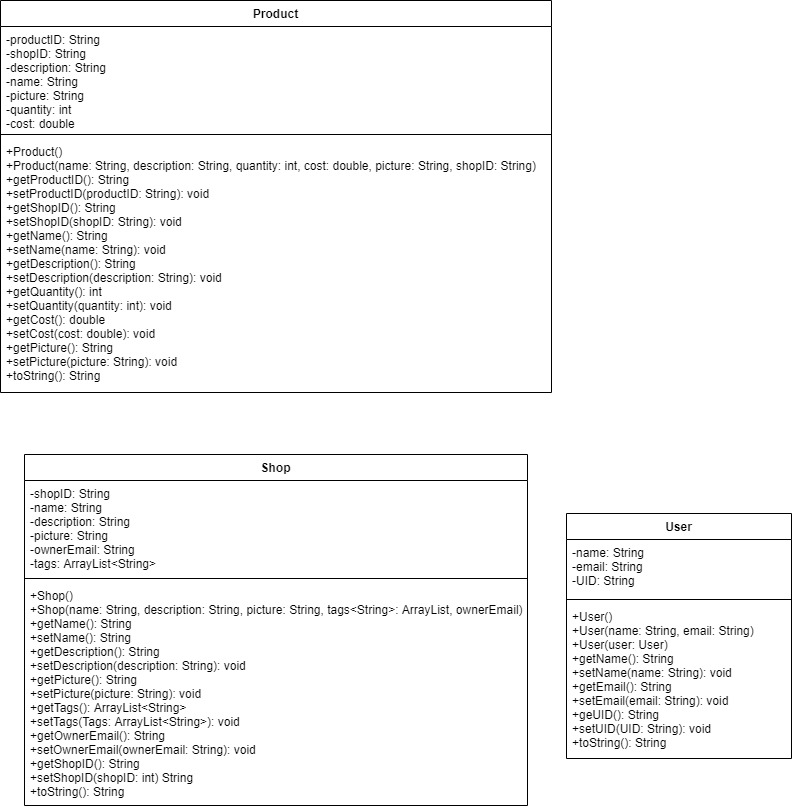
This is documentation/MiniShopify-UML.png from shoaibkhan17/MiniShopify, a draw.io export, as it was before one commit. Source tidied: cells renumbered, new cells last; positions are measured from the earlier drawing's top-left corner, leaving out a move shared by most shapes.
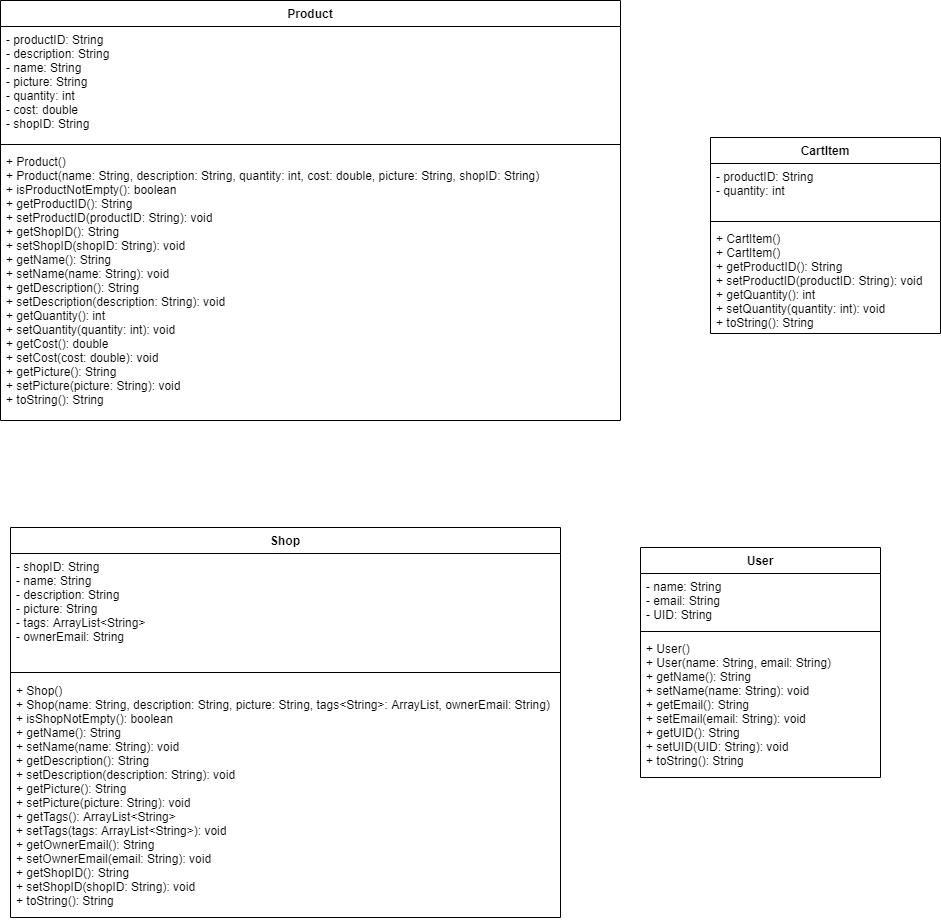
Later version of the same file.

Commit message:
Updated UML class diagram to reflect Milestone 3

Diff of the diagram source:
```diff
@@ -1,42 +1,54 @@
 <mxGraphModel>
   <root>
-    <mxCell id="0" />
-    <mxCell id="1" parent="0" />
+    <mxCell id="14" />
+    <mxCell id="15" parent="14" />
-    <mxCell id="2" value="Product" style="swimlane;fontStyle=1;align=center;verticalAlign=top;horizontal=1;startSize=26;" parent="1" vertex="1">
-      <mxGeometry width="551" height="392" as="geometry" />
+    <mxCell id="2" value="Product" style="swimlane;fontStyle=1;align=center;verticalAlign=top;horizontal=1;startSize=26;" parent="15" vertex="1">
+      <mxGeometry x="-3" y="45" width="620" height="420" as="geometry" />
     </mxCell>
-    <mxCell id="3" value="-productID: String&#10;-shopID: String&#10;-description: String&#10;-name: String&#10;-picture: String&#10;-quantity: int&#10;-cost: double" style="text;strokeColor=none;fillColor=none;align=left;verticalAlign=top;spacingLeft=4;spacingRight=4;overflow=hidden;" parent="2" vertex="1">
-      <mxGeometry y="26" width="551" height="104" as="geometry" />
-    </mxCell>
-    <mxCell id="4" style="line;strokeWidth=1;fillColor=none;align=left;verticalAlign=middle;spacingTop=-1;spacingLeft=3;spacingRight=3;labelPosition=right;" parent="2" vertex="1">
-      <mxGeometry y="130" width="551" height="8" as="geometry" />
-    </mxCell>
-    <mxCell id="5" value="+Product()&#10;+Product(name: String, description: String, quantity: int, cost: double, picture: String, shopID: String)&#10;+getProductID(): String&#10;+setProductID(productID: String): void&#10;+getShopID(): String&#10;+setShopID(shopID: String): void&#10;+getName(): String&#10;+setName(name: String): void&#10;+getDescription(): String&#10;+setDescription(description: String): void&#10;+getQuantity(): int&#10;+setQuantity(quantity: int): void&#10;+getCost(): double&#10;+setCost(cost: double): void&#10;+getPicture(): String&#10;+setPicture(picture: String): void&#10;+toString(): String" style="text;strokeColor=none;fillColor=none;align=left;verticalAlign=top;spacingLeft=4;spacingRight=4;overflow=hidden;" parent="2" vertex="1">
-      <mxGeometry y="138" width="551" height="254" as="geometry" />
-    </mxCell>
+    <mxCell id="16" value="- productID: String&#10;- description: String&#10;- name: String&#10;- picture: String&#10;- quantity: int&#10;- cost: double&#10;- shopID: String&#10;" style="text;strokeColor=none;fillColor=none;align=left;verticalAlign=top;spacingLeft=4;spacingRight=4;overflow=hidden;" parent="2" vertex="1">
+      <mxGeometry y="26" width="620" height="114" as="geometry" />
+    </mxCell>
+    <mxCell id="17" style="line;strokeWidth=1;fillColor=none;align=left;verticalAlign=middle;spacingTop=-1;spacingLeft=3;spacingRight=3;labelPosition=right;" parent="2" vertex="1">
+      <mxGeometry y="140" width="620" height="8" as="geometry" />
+    </mxCell>
+    <mxCell id="18" value="+ Product()&#10;+ Product(name: String, description: String, quantity: int, cost: double, picture: String, shopID: String)&#10;+ isProductNotEmpty(): boolean&#10;+ getProductID(): String&#10;+ setProductID(productID: String): void&#10;+ getShopID(): String&#10;+ setShopID(shopID: String): void &#10;+ getName(): String&#10;+ setName(name: String): void &#10;+ getDescription(): String&#10;+ setDescription(description: String): void &#10;+ getQuantity(): int&#10;+ setQuantity(quantity: int): void&#10;+ getCost(): double&#10;+ setCost(cost: double): void&#10;+ getPicture(): String&#10;+ setPicture(picture: String): void &#10;+ toString(): String&#10;&#10;&#10;&#10;" style="text;strokeColor=none;fillColor=none;align=left;verticalAlign=top;spacingLeft=4;spacingRight=4;overflow=hidden;" parent="2" vertex="1">
+      <mxGeometry y="148" width="620" height="272" as="geometry" />
+    </mxCell>
+    <mxCell id="19" value="CartItem" style="swimlane;fontStyle=1;align=center;verticalAlign=top;horizontal=1;startSize=26;" parent="15" vertex="1">
+      <mxGeometry x="707" y="182" width="230" height="196" as="geometry" />
+    </mxCell>
+    <mxCell id="20" value="- productID: String&#10;- quantity: int&#10;" style="text;strokeColor=none;fillColor=none;align=left;verticalAlign=top;spacingLeft=4;spacingRight=4;overflow=hidden;" parent="19" vertex="1">
+      <mxGeometry y="26" width="230" height="54" as="geometry" />
+    </mxCell>
+    <mxCell id="21" style="line;strokeWidth=1;fillColor=none;align=left;verticalAlign=middle;spacingTop=-1;spacingLeft=3;spacingRight=3;labelPosition=right;" parent="19" vertex="1">
+      <mxGeometry y="80" width="230" height="8" as="geometry" />
+    </mxCell>
+    <mxCell id="22" value="+ CartItem()&#10;+ CartItem()&#10;+ getProductID(): String&#10;+ setProductID(productID: String): void&#10;+ getQuantity(): int&#10;+ setQuantity(quantity: int): void&#10;+ toString(): String&#10;&#10;" style="text;strokeColor=none;fillColor=none;align=left;verticalAlign=top;spacingLeft=4;spacingRight=4;overflow=hidden;" parent="19" vertex="1">
+      <mxGeometry y="88" width="230" height="108" as="geometry" />
+    </mxCell>
+    <mxCell id="10" value="User" style="swimlane;fontStyle=1;align=center;verticalAlign=top;horizontal=1;startSize=26;" parent="15" vertex="1">
+      <mxGeometry x="637" y="592" width="240" height="230" as="geometry" />
+    </mxCell>
+    <mxCell id="23" value="- name: String&#10;- email: String&#10;- UID: String" style="text;strokeColor=none;fillColor=none;align=left;verticalAlign=top;spacingLeft=4;spacingRight=4;overflow=hidden;" parent="10" vertex="1">
+      <mxGeometry y="26" width="240" height="54" as="geometry" />
+    </mxCell>
+    <mxCell id="24" style="line;strokeWidth=1;fillColor=none;align=left;verticalAlign=middle;spacingTop=-1;spacingLeft=3;spacingRight=3;labelPosition=right;" parent="10" vertex="1">
+      <mxGeometry y="80" width="240" height="8" as="geometry" />
+    </mxCell>
+    <mxCell id="25" value="+ User()&#10;+ User(name: String, email: String)&#10;+ getName(): String&#10;+ setName(name: String): void &#10;+ getEmail(): String&#10;+ setEmail(email: String): void &#10;+ getUID(): String&#10;+ setUID(UID: String): void &#10;+ toString(): String&#10;&#10;" style="text;strokeColor=none;fillColor=none;align=left;verticalAlign=top;spacingLeft=4;spacingRight=4;overflow=hidden;" parent="10" vertex="1">
+      <mxGeometry y="88" width="240" height="142" as="geometry" />
+    </mxCell>
-    <mxCell id="6" value="Shop" style="swimlane;fontStyle=1;align=center;verticalAlign=top;horizontal=1;startSize=26;" parent="1" vertex="1">
-      <mxGeometry x="24" y="454" width="503" height="351" as="geometry" />
+    <mxCell id="6" value="Shop" style="swimlane;fontStyle=1;align=center;verticalAlign=top;horizontal=1;startSize=26;" parent="15" vertex="1">
+      <mxGeometry x="7" y="572" width="550" height="390" as="geometry" />
     </mxCell>
-    <mxCell id="7" value="-shopID: String&#10;-name: String&#10;-description: String&#10;-picture: String&#10;-ownerEmail: String &#10;-tags: ArrayList&lt;String&gt;" style="text;strokeColor=none;fillColor=none;align=left;verticalAlign=top;spacingLeft=4;spacingRight=4;overflow=hidden;" parent="6" vertex="1">
-      <mxGeometry y="26" width="503" height="94" as="geometry" />
-    </mxCell>
-    <mxCell id="8" style="line;strokeWidth=1;fillColor=none;align=left;verticalAlign=middle;spacingTop=-1;spacingLeft=3;spacingRight=3;labelPosition=right;" parent="6" vertex="1">
-      <mxGeometry y="120" width="503" height="8" as="geometry" />
-    </mxCell>
-    <mxCell id="9" value="+Shop()&#10;+Shop(name: String, description: String, picture: String, tags&lt;String&gt;: ArrayList, ownerEmail)&#10;+getName(): String&#10;+setName(): String&#10;+getDescription(): String&#10;+setDescription(description: String): void&#10;+getPicture(): String&#10;+setPicture(picture: String): void&#10;+getTags(): ArrayList&lt;String&gt;&#10;+setTags(Tags: ArrayList&lt;String&gt;): void&#10;+getOwnerEmail(): String&#10;+setOwnerEmail(ownerEmail: String): void&#10;+getShopID(): String&#10;+setShopID(shopID: int) String&#10;+toString(): String&#10;" style="text;strokeColor=none;fillColor=none;align=left;verticalAlign=top;spacingLeft=4;spacingRight=4;overflow=hidden;" parent="6" vertex="1">
-      <mxGeometry y="128" width="503" height="223" as="geometry" />
-    </mxCell>
-    <mxCell id="10" value="User" style="swimlane;fontStyle=1;align=center;verticalAlign=top;horizontal=1;startSize=26;" parent="1" vertex="1">
-      <mxGeometry x="566" y="513" width="225" height="245" as="geometry" />
-    </mxCell>
-    <mxCell id="11" value="-name: String&#10;-email: String&#10;-UID: String&#10;" style="text;strokeColor=none;fillColor=none;align=left;verticalAlign=top;spacingLeft=4;spacingRight=4;overflow=hidden;" parent="10" vertex="1">
-      <mxGeometry y="26" width="225" height="56" as="geometry" />
-    </mxCell>
-    <mxCell id="12" style="line;strokeWidth=1;fillColor=none;align=left;verticalAlign=middle;spacingTop=-1;spacingLeft=3;spacingRight=3;labelPosition=right;" parent="10" vertex="1">
-      <mxGeometry y="82" width="225" height="8" as="geometry" />
-    </mxCell>
-    <mxCell id="13" value="+User()&#10;+User(name: String, email: String)&#10;+User(user: User)&#10;+getName(): String&#10;+setName(name: String): void&#10;+getEmail(): String&#10;+setEmail(email: String): void&#10;+geUID(): String&#10;+setUID(UID: String): void&#10;+toString(): String" style="text;strokeColor=none;fillColor=none;align=left;verticalAlign=top;spacingLeft=4;spacingRight=4;overflow=hidden;" parent="10" vertex="1">
-      <mxGeometry y="90" width="225" height="155" as="geometry" />
-    </mxCell>
+    <mxCell id="26" value="- shopID: String&#10;- name: String&#10;- description: String&#10;- picture: String&#10;- tags: ArrayList&lt;String&gt;&#10;- ownerEmail: String&#10;" style="text;strokeColor=none;fillColor=none;align=left;verticalAlign=top;spacingLeft=4;spacingRight=4;overflow=hidden;fontStyle=0;" parent="6" vertex="1">
+      <mxGeometry y="26" width="550" height="114" as="geometry" />
+    </mxCell>
+    <mxCell id="27" style="line;strokeWidth=1;fillColor=none;align=left;verticalAlign=middle;spacingTop=-1;spacingLeft=3;spacingRight=3;labelPosition=right;" parent="6" vertex="1">
+      <mxGeometry y="140" width="550" height="10" as="geometry" />
+    </mxCell>
+    <mxCell id="28" value="+ Shop()&#10;+ Shop(name: String, description: String, picture: String, tags&lt;String&gt;: ArrayList, ownerEmail: String)&#10;+ isShopNotEmpty(): boolean&#10;+ getName(): String&#10;+ setName(name: String): void &#10;+ getDescription(): String&#10;+ setDescription(description: String): void &#10;+ getPicture(): String&#10;+ setPicture(picture: String): void &#10;+ getTags(): ArrayList&lt;String&gt;&#10;+ setTags(tags: ArrayList&lt;String&gt;): void&#10;+ getOwnerEmail(): String&#10;+ setOwnerEmail(email: String): void &#10;+ getShopID(): String&#10;+ setShopID(shopID: String): void &#10;+ toString(): String&#10;" style="text;strokeColor=none;fillColor=none;align=left;verticalAlign=top;spacingLeft=4;spacingRight=4;overflow=hidden;" parent="6" vertex="1">
+      <mxGeometry y="150" width="550" height="240" as="geometry" />
+    </mxCell>
   </root>
 </mxGraphModel>
```
